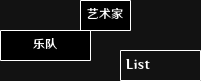
Earlier version of the draw.io export Module/未命名绘图.drawio.png (reigadegr/irisHelper). Source tidied: cells renumbered, new cells last; positions are measured from the earlier drawing's top-left corner, leaving out a move shared by most shapes.
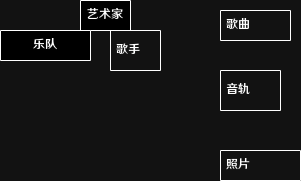
The same file after the commit.

Commit message:
已添加 未命名绘图.drawio.png

The edit, as a diff of the source:
```diff
@@ -8,8 +8,17 @@
     <mxCell id="3" value="乐队" style="swimlane;fontStyle=0;horizontal=1;startSize=30;whiteSpace=wrap;html=1;" parent="1" vertex="1">
       <mxGeometry y="30" width="90" height="30" as="geometry" />
     </mxCell>
+    <mxCell id="5" value="歌曲" style="swimlane;fontStyle=0;horizontal=1;startSize=30;whiteSpace=wrap;html=1;align=left;verticalAlign=middle;spacingLeft=4;spacingRight=4;fontFamily=Helvetica;fontSize=12;fontColor=default;fillColor=none;gradientColor=none;" parent="1" vertex="1">
+      <mxGeometry x="220" y="10" width="70" height="30" as="geometry" />
+    </mxCell>
-    <mxCell id="4" value="List" style="swimlane;fontStyle=0;horizontal=1;startSize=30;whiteSpace=wrap;html=1;align=left;verticalAlign=middle;spacingLeft=4;spacingRight=4;fontFamily=Helvetica;fontSize=12;fontColor=default;fillColor=none;gradientColor=none;" parent="1" vertex="1">
-      <mxGeometry x="120" y="50" width="80" height="30" as="geometry" />
+    <mxCell id="4" value="歌手" style="swimlane;fontStyle=0;horizontal=1;startSize=40;whiteSpace=wrap;html=1;align=left;verticalAlign=middle;spacingLeft=4;spacingRight=4;fontFamily=Helvetica;fontSize=12;fontColor=default;fillColor=none;gradientColor=none;" parent="1" vertex="1">
+      <mxGeometry x="110" y="30" width="50" height="40" as="geometry" />
     </mxCell>
+    <mxCell id="6" value="音轨" style="swimlane;fontStyle=0;horizontal=1;startSize=40;whiteSpace=wrap;html=1;align=left;verticalAlign=middle;spacingLeft=4;spacingRight=4;fontFamily=Helvetica;fontSize=12;fontColor=default;fillColor=none;gradientColor=none;" parent="1" vertex="1">
+      <mxGeometry x="220" y="70" width="60" height="40" as="geometry" />
+    </mxCell>
+    <mxCell id="7" value="照片" style="swimlane;fontStyle=0;horizontal=1;startSize=30;whiteSpace=wrap;html=1;align=left;verticalAlign=middle;spacingLeft=4;spacingRight=4;fontFamily=Helvetica;fontSize=12;fontColor=default;fillColor=none;gradientColor=none;" parent="1" vertex="1">
+      <mxGeometry x="220" y="150" width="80" height="30" as="geometry" />
+    </mxCell>
   </root>
 </mxGraphModel>
```
